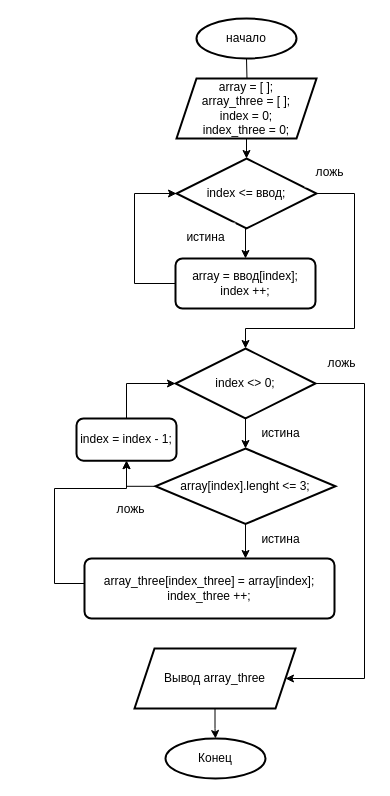
This is final_control_work/block diagram.drawio from ArtemFinder/seminar-C-, a draw.io file, before an edit. Source tidied: cells renumbered, new cells numbered last; positions are measured from the earlier drawing's top-left corner, leaving out a move shared by most shapes. Both pictures are drawn from the tidied source at 100%, with x=0, y=0 at pixel (54, 18).
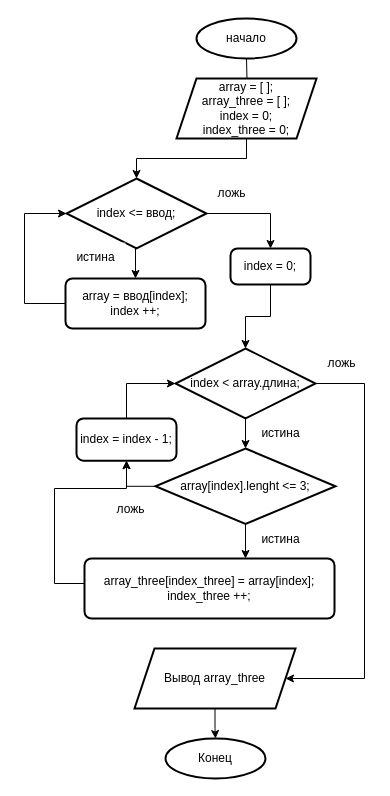
The same page after the edit.

Commit message (it also covers changes not shown here):
блок-схема

Change to the diagram source:
```diff
@@
-    <mxCell id="6" style="edgeStyle=orthogonalEdgeStyle;rounded=0;jettySize=auto;html=1;exitX=1;exitY=0.5;exitDx=0;exitDy=0;entryX=0.5;entryY=0;entryDx=0;entryDy=0;" parent="1" edge="1" source="7" target="14">
-      <mxGeometry relative="1" as="geometry">
-        <Array as="points">
-          <mxPoint x="300" y="175" />
-          <mxPoint x="300" y="310" />
-          <mxPoint x="191" y="310" />
-        </Array>
-      </mxGeometry>
-    </mxCell>
+    <mxCell id="30" style="edgeStyle=orthogonalEdgeStyle;rounded=0;jettySize=auto;html=1;entryX=0.5;entryY=0;entryDx=0;entryDy=0;" parent="1" edge="1" source="7" target="32">
+      <mxGeometry relative="1" as="geometry" />
+    </mxCell>
     <mxCell id="7" value="index &amp;lt;= ввод;" style="rhombus;whiteSpace=wrap;html=1;strokeWidth=2;" parent="1" vertex="1">
-      <mxGeometry x="122" y="140" width="140" height="70" as="geometry" />
+      <mxGeometry x="12" y="160" width="140" height="70" as="geometry" />
     </mxCell>
     <mxCell id="8" style="edgeStyle=orthogonalEdgeStyle;rounded=0;jettySize=auto;html=1;entryX=0;entryY=0.5;entryDx=0;entryDy=0;" parent="1" edge="1" source="9" target="7">
       <mxGeometry relative="1" as="geometry">
         <Array as="points">
-          <mxPoint x="80" y="265" />
-          <mxPoint x="80" y="175" />
+          <mxPoint x="-30" y="285" />
+          <mxPoint x="-30" y="195" />
         </Array>
       </mxGeometry>
     </mxCell>
     <mxCell id="9" value="array = ввод[index];&lt;br&gt;index ++;" style="rounded=1;whiteSpace=wrap;html=1;absoluteArcSize=1;arcSize=14;strokeWidth=2;" parent="1" vertex="1">
-      <mxGeometry x="121" y="240" width="140" height="50" as="geometry" />
+      <mxGeometry x="11" y="260" width="140" height="50" as="geometry" />
     </mxCell>
@@
     <mxCell id="11" value="истина&lt;br&gt;" style="text;html=1;align=center;verticalAlign=middle;fillColor=default;gradientColor=none;opacity=70;" parent="1" vertex="1">
-      <mxGeometry x="121" y="204" width="60" height="30" as="geometry" />
+      <mxGeometry x="11" y="224" width="60" height="30" as="geometry" />
     </mxCell>
@@
-    <mxCell id="14" value="index &amp;lt;&amp;gt; 0;" style="rhombus;whiteSpace=wrap;html=1;strokeWidth=2;fillColor=default;gradientColor=none;" parent="1" vertex="1">
+    <mxCell id="14" value="index &amp;lt; array.длина;" style="rhombus;whiteSpace=wrap;html=1;strokeWidth=2;fillColor=default;gradientColor=none;" parent="1" vertex="1">
       <mxGeometry x="121" y="330" width="140" height="70" as="geometry" />
     </mxCell>
     <mxCell id="15" value="ложь" style="text;html=1;align=center;verticalAlign=middle;fillColor=default;gradientColor=none;opacity=70;" parent="1" vertex="1">
-      <mxGeometry x="250" y="139" width="50" height="30" as="geometry" />
+      <mxGeometry x="152" y="160" width="50" height="30" as="geometry" />
     </mxCell>
@@
+    <mxCell id="31" style="edgeStyle=orthogonalEdgeStyle;rounded=0;jettySize=auto;html=1;entryX=0.5;entryY=0;entryDx=0;entryDy=0;" parent="1" edge="1" source="32" target="14">
+      <mxGeometry relative="1" as="geometry" />
+    </mxCell>
+    <mxCell id="32" value="index = 0;&lt;br&gt;" style="rounded=1;whiteSpace=wrap;html=1;absoluteArcSize=1;arcSize=14;strokeWidth=2;fillColor=default;gradientColor=none;" parent="1" vertex="1">
+      <mxGeometry x="176" y="230" width="80" height="36" as="geometry" />
+    </mxCell>
```
